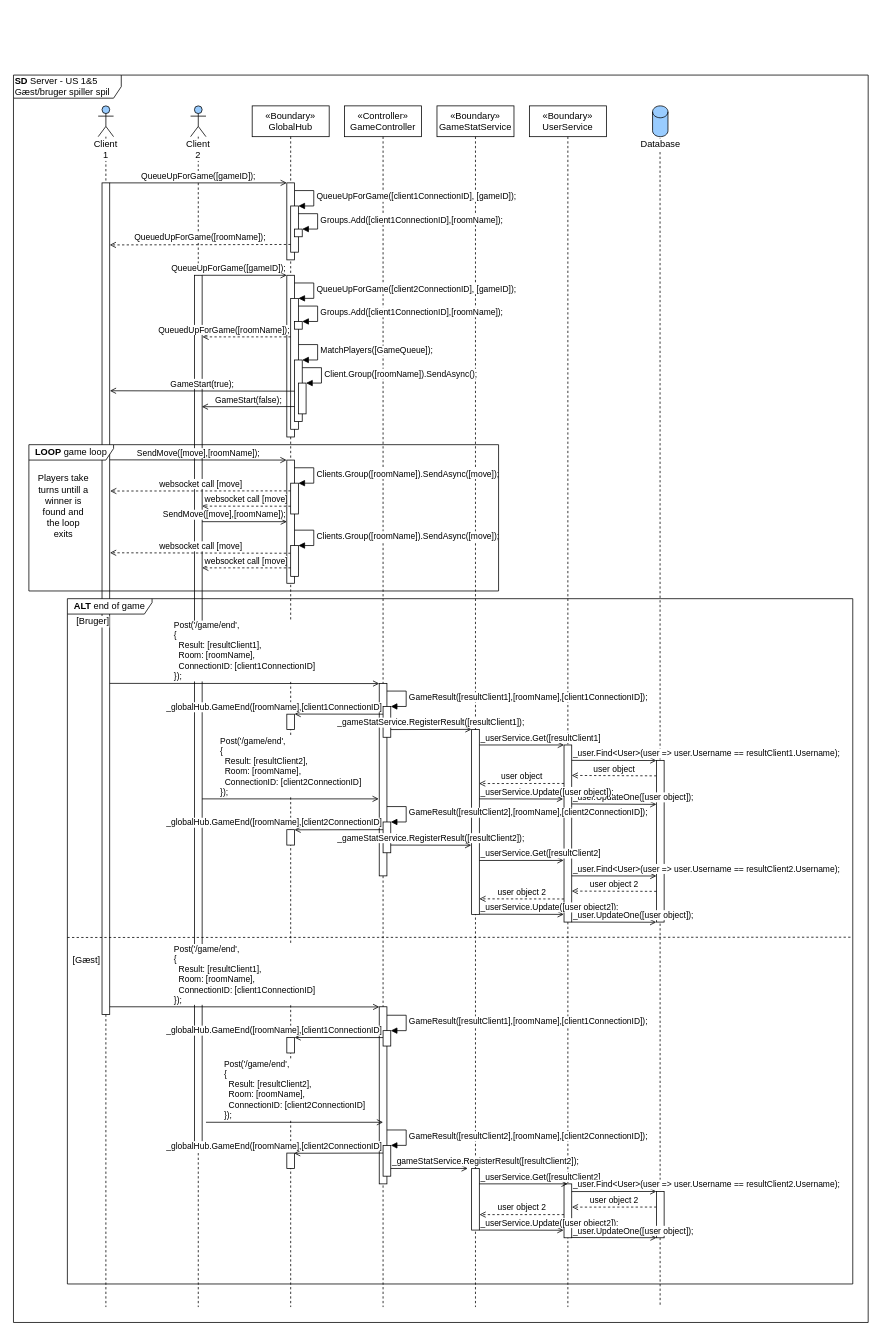
This is page "SD-Server" (2 of 4) of diagrams/arkitektur/US1&5_spil.drawio from Macradon/I7BAC-PlugNPlay, a draw.io file, before an edit. Source tidied: cells renumbered, new cells numbered last; positions are measured from the earlier drawing's top-left corner, leaving out a move shared by most shapes. Both pictures are drawn from the tidied source at 77%, with x=0, y=0 at pixel (13, 75).
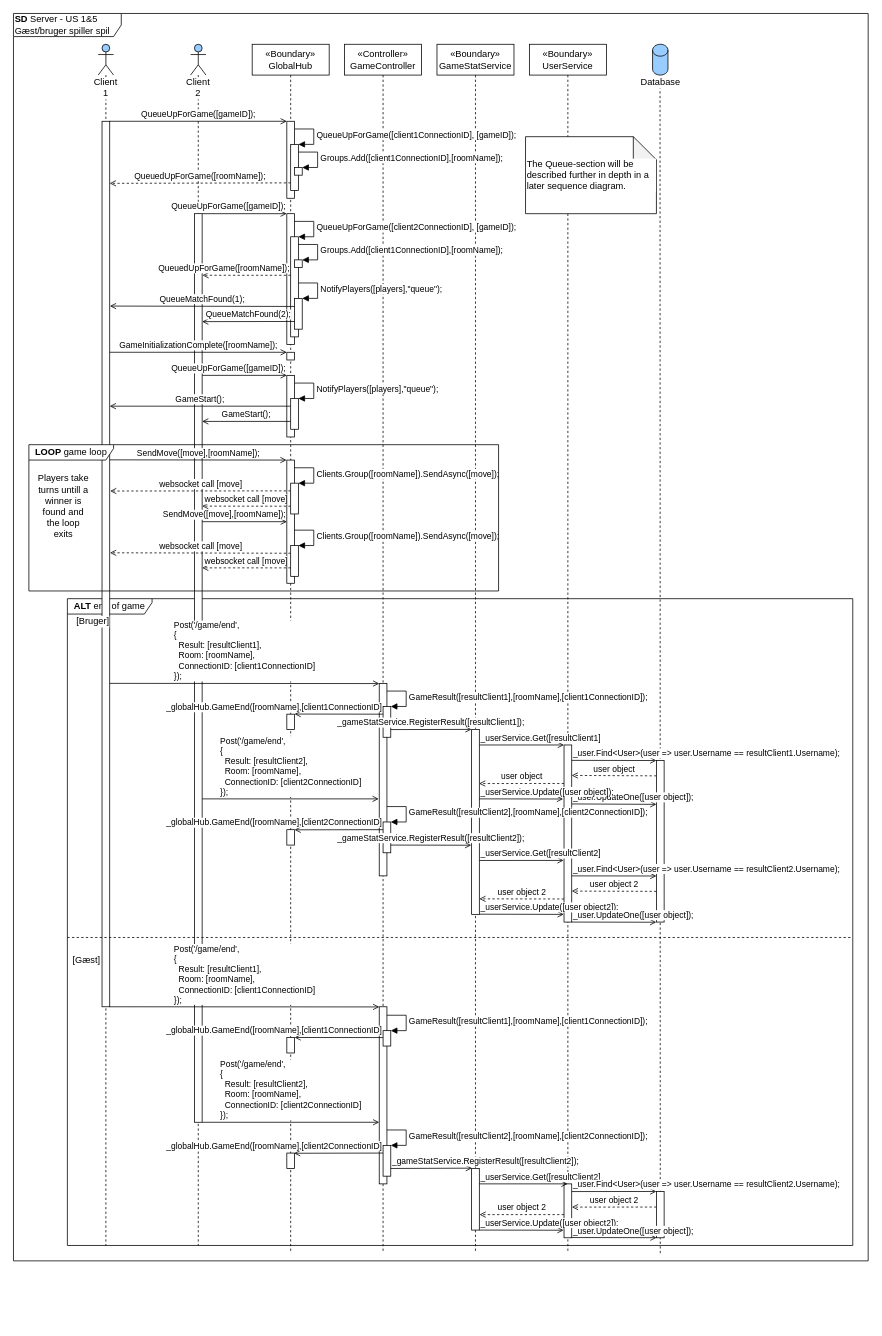
The same page after the edit.

Commit message (it also covers changes not shown here):
Sequence Diagram Userstory 1&5 - missing Class Diagram

Unchanged cells that the change refers to:
```xml
<mxCell id="90" style="html=1;points=[];perimeter=orthogonalPerimeter;align=left;" parent="1" vertex="1">
  <mxGeometry x="595" y="1420" width="10" height="80" as="geometry" />
</mxCell>
```

Diff of the diagram source:
```diff
@@
+    <mxCell id="99" value="&lt;b&gt;SD&lt;/b&gt; Server - US 1&amp;amp;5&lt;br&gt;Gæst/bruger spiller spil" style="shape=umlFrame;whiteSpace=wrap;html=1;width=140;height=30;align=left;" parent="1" vertex="1">
+      <mxGeometry y="-80" width="1110" height="1620" as="geometry" />
+    </mxCell>
+    <mxCell id="68" value="&lt;b&gt;ALT&lt;/b&gt;&amp;nbsp;end of game" style="shape=umlFrame;whiteSpace=wrap;html=1;width=110;height=20;" parent="1" vertex="1">
+      <mxGeometry x="70" y="680" width="1020" height="840" as="geometry" />
+    </mxCell>
     <mxCell id="2" value="«Boundary»&lt;br&gt;UserService" style="shape=umlLifeline;perimeter=lifelinePerimeter;whiteSpace=wrap;html=1;labelBackgroundColor=#ffffff;fillColor=#FFFFFF;" parent="1" vertex="1">
-      <mxGeometry x="670" y="40" width="100" height="1560" as="geometry" />
+      <mxGeometry x="670" y="-40" width="100" height="1570" as="geometry" />
     </mxCell>
     <mxCell id="3" style="html=1;points=[];perimeter=orthogonalPerimeter;align=left;" parent="2" vertex="1">
-      <mxGeometry x="45" y="830" width="10" height="230" as="geometry" />
+      <mxGeometry x="45" y="910" width="10" height="230" as="geometry" />
     </mxCell>
     <mxCell id="4" value="«Boundary»&lt;br&gt;GlobalHub" style="shape=umlLifeline;perimeter=lifelinePerimeter;whiteSpace=wrap;html=1;labelBackgroundColor=#ffffff;fillColor=#FFFFFF;" parent="1" vertex="1">
-      <mxGeometry x="310" y="40" width="100" height="1560" as="geometry" />
+      <mxGeometry x="310" y="-40" width="100" height="1570" as="geometry" />
     </mxCell>
@@
     <mxCell id="6" style="html=1;perimeter=orthogonalPerimeter;align=left;" parent="1" vertex="1">
-      <mxGeometry x="355" y="260" width="10" height="210" as="geometry" />
+      <mxGeometry x="355" y="180" width="10" height="170" as="geometry" />
     </mxCell>
     <mxCell id="7" value="Client 1" style="shape=umlLifeline;participant=umlActor;perimeter=lifelinePerimeter;whiteSpace=wrap;html=1;verticalAlign=top;spacingTop=36;fillColor=#99CCFF;labelBackgroundColor=#ffffff;" parent="1" vertex="1">
-      <mxGeometry x="110" y="40" width="20" height="1560" as="geometry" />
+      <mxGeometry x="110" y="-40" width="20" height="1560" as="geometry" />
     </mxCell>
     <mxCell id="8" value="Client 2" style="shape=umlLifeline;participant=umlActor;perimeter=lifelinePerimeter;whiteSpace=wrap;html=1;verticalAlign=top;spacingTop=36;fillColor=#99CCFF;labelBackgroundColor=#ffffff;" parent="1" vertex="1">
-      <mxGeometry x="230" y="40" width="20" height="1560" as="geometry" />
+      <mxGeometry x="230" y="-40" width="20" height="1560" as="geometry" />
     </mxCell>
     <mxCell id="9" value="«Controller»&lt;br&gt;GameController" style="shape=umlLifeline;perimeter=lifelinePerimeter;whiteSpace=wrap;html=1;labelBackgroundColor=#ffffff;fillColor=#FFFFFF;" parent="1" vertex="1">
-      <mxGeometry x="430" y="40" width="100" height="1560" as="geometry" />
+      <mxGeometry x="430" y="-40" width="100" height="1570" as="geometry" />
     </mxCell>
     <mxCell id="10" value="«Boundary»&lt;br&gt;GameStatService" style="shape=umlLifeline;perimeter=lifelinePerimeter;whiteSpace=wrap;html=1;labelBackgroundColor=#ffffff;fillColor=#FFFFFF;" parent="1" vertex="1">
-      <mxGeometry x="550" y="40" width="100" height="1560" as="geometry" />
+      <mxGeometry x="550" y="-40" width="100" height="1570" as="geometry" />
     </mxCell>
     <mxCell id="11" style="html=1;points=[];perimeter=orthogonalPerimeter;align=left;" parent="10" vertex="1">
-      <mxGeometry x="45" y="810" width="10" height="240" as="geometry" />
+      <mxGeometry x="45" y="890" width="10" height="240" as="geometry" />
     </mxCell>
     <mxCell id="12" style="shape=cylinder3;whiteSpace=wrap;html=1;boundedLbl=1;backgroundOutline=1;size=7.724137931034477;labelBackgroundColor=#ffffff;strokeColor=#000000;fillColor=#99CCFF;fontColor=#000000;" parent="1" vertex="1">
-      <mxGeometry x="830" y="40" width="20" height="40" as="geometry" />
+      <mxGeometry x="830" y="-40" width="20" height="40" as="geometry" />
     </mxCell>
     <mxCell id="13" style="endArrow=none;dashed=1;html=1;" parent="1" edge="1">
       <mxGeometry relative="1" as="geometry">
-        <mxPoint x="839.8" y="1597" as="sourcePoint" />
-        <mxPoint x="839.7" y="80" as="targetPoint" />
+        <mxPoint x="840" y="1530" as="sourcePoint" />
+        <mxPoint x="839.7" as="targetPoint" />
       </mxGeometry>
     </mxCell>
     <mxCell id="14" value="Database" style="text;html=1;align=center;verticalAlign=middle;labelBackgroundColor=#ffffff;" parent="1" vertex="1">
-      <mxGeometry x="805" y="80" width="70" height="20" as="geometry" />
+      <mxGeometry x="805" width="70" height="20" as="geometry" />
     </mxCell>
     <mxCell id="15" value="QueueUpForGame([gameID]);" style="html=1;verticalAlign=bottom;endArrow=open;endFill=0;" parent="1" edge="1" target="24">
       <mxGeometry relative="1" as="geometry">
-        <mxPoint x="125" y="140" as="sourcePoint" />
+        <mxPoint x="125" y="60" as="sourcePoint" />
       </mxGeometry>
     </mxCell>
     <mxCell id="16" value="QueueUpForGame([client1ConnectionID], [gameID]);" style="edgeStyle=orthogonalEdgeStyle;html=1;align=left;spacingLeft=2;endArrow=block;rounded=0;entryX=1;entryY=0;" parent="1" edge="1" target="30">
       <mxGeometry relative="1" as="geometry">
-        <mxPoint x="365" y="150" as="sourcePoint" />
+        <mxPoint x="365" y="70" as="sourcePoint" />
         <Array as="points">
-          <mxPoint x="390" y="150" />
+          <mxPoint x="390" y="70" />
         </Array>
       </mxGeometry>
     </mxCell>
     <mxCell id="17" value="QueueUpForGame([client2ConnectionID], [gameID]);" style="edgeStyle=orthogonalEdgeStyle;html=1;align=left;spacingLeft=2;endArrow=block;rounded=0;entryX=1;entryY=0;" parent="1" edge="1" target="33">
       <mxGeometry relative="1" as="geometry">
-        <mxPoint x="365" y="270" as="sourcePoint" />
+        <mxPoint x="365" y="190" as="sourcePoint" />
         <Array as="points">
-          <mxPoint x="390" y="270" />
+          <mxPoint x="390" y="190" />
         </Array>
       </mxGeometry>
     </mxCell>
-    <mxCell id="18" value="MatchPlayers([GameQueue]);" style="edgeStyle=orthogonalEdgeStyle;html=1;align=left;spacingLeft=2;endArrow=block;rounded=0;entryX=1;entryY=0;" parent="1" edge="1" target="34">
+    <mxCell id="18" value="NotifyPlayers([players],&quot;queue&quot;);" style="edgeStyle=orthogonalEdgeStyle;html=1;align=left;spacingLeft=2;endArrow=block;rounded=0;entryX=1;entryY=0;" parent="1" edge="1" target="34">
       <mxGeometry relative="1" as="geometry">
-        <mxPoint x="370" y="350" as="sourcePoint" />
+        <mxPoint x="370" y="270" as="sourcePoint" />
         <Array as="points">
-          <mxPoint x="395" y="350" />
+          <mxPoint x="395" y="270" />
         </Array>
       </mxGeometry>
     </mxCell>
@@
     <mxCell id="22" style="html=1;perimeter=orthogonalPerimeter;align=left;" parent="1" vertex="1">
-      <mxGeometry x="115" y="140" width="10" height="1080" as="geometry" />
+      <mxGeometry x="115" y="60" width="10" height="1150" as="geometry" />
     </mxCell>
     <mxCell id="23" style="html=1;points=[];perimeter=orthogonalPerimeter;align=left;" parent="1" vertex="1">
-      <mxGeometry x="235" y="260" width="10" height="1130" as="geometry" />
+      <mxGeometry x="235" y="180" width="10" height="1180" as="geometry" />
     </mxCell>
     <mxCell id="24" style="html=1;points=[];perimeter=orthogonalPerimeter;align=left;" parent="1" vertex="1">
-      <mxGeometry x="355" y="140" width="10" height="100" as="geometry" />
+      <mxGeometry x="355" y="60" width="10" height="100" as="geometry" />
     </mxCell>
@@
     <mxCell id="30" style="html=1;points=[];perimeter=orthogonalPerimeter;" parent="1" vertex="1">
-      <mxGeometry x="360" y="170" width="10" height="60" as="geometry" />
+      <mxGeometry x="360" y="90" width="10" height="60" as="geometry" />
     </mxCell>
     <mxCell id="31" value="QueuedUpForGame([roomName]);" style="html=1;verticalAlign=bottom;endArrow=open;endFill=0;dashed=1;entryX=0.997;entryY=0.041;entryDx=0;entryDy=0;entryPerimeter=0;" parent="1" edge="1">
       <mxGeometry relative="1" as="geometry">
-        <mxPoint x="360" y="220" as="sourcePoint" />
-        <mxPoint x="125" y="220.6" as="targetPoint" />
+        <mxPoint x="360" y="140" as="sourcePoint" />
+        <mxPoint x="125" y="140.6" as="targetPoint" />
       </mxGeometry>
     </mxCell>
     <mxCell id="32" value="QueueUpForGame([gameID]);" style="html=1;verticalAlign=bottom;endArrow=open;endFill=0;entryX=-0.009;entryY=0.15;entryDx=0;entryDy=0;entryPerimeter=0;align=right;" parent="1" edge="1">
       <mxGeometry x="1" relative="1" as="geometry">
-        <mxPoint x="245" y="260" as="sourcePoint" />
-        <mxPoint x="354.9" y="260" as="targetPoint" />
+        <mxPoint x="245" y="180" as="sourcePoint" />
+        <mxPoint x="354.9" y="180" as="targetPoint" />
       </mxGeometry>
     </mxCell>
     <mxCell id="33" style="html=1;points=[];perimeter=orthogonalPerimeter;" parent="1" vertex="1">
-      <mxGeometry x="360" y="290" width="10" height="170" as="geometry" />
+      <mxGeometry x="360" y="210" width="10" height="130" as="geometry" />
     </mxCell>
     <mxCell id="34" style="html=1;points=[];perimeter=orthogonalPerimeter;" parent="1" vertex="1">
-      <mxGeometry x="365" y="370" width="10" height="80" as="geometry" />
+      <mxGeometry x="365" y="290" width="10" height="40" as="geometry" />
     </mxCell>
-    <mxCell id="35" value="GameStart(false);" style="html=1;verticalAlign=bottom;endArrow=open;endFill=0;entryX=0.958;entryY=0.102;entryDx=0;entryDy=0;entryPerimeter=0;" parent="1" edge="1">
+    <mxCell id="35" value="QueueMatchFound(2);" style="html=1;verticalAlign=bottom;endArrow=open;endFill=0;entryX=0.958;entryY=0.102;entryDx=0;entryDy=0;entryPerimeter=0;" parent="1" edge="1">
       <mxGeometry relative="1" as="geometry">
-        <mxPoint x="365" y="430.5" as="sourcePoint" />
-        <mxPoint x="244.6" y="430.7" as="targetPoint" />
+        <mxPoint x="365.4" y="320" as="sourcePoint" />
+        <mxPoint x="245" y="320.2" as="targetPoint" />
       </mxGeometry>
     </mxCell>
     <mxCell id="36" value="QueuedUpForGame([roomName]);" style="html=1;verticalAlign=bottom;endArrow=open;endFill=0;dashed=1;entryX=1.038;entryY=0.037;entryDx=0;entryDy=0;entryPerimeter=0;align=right;" parent="1" edge="1">
       <mxGeometry x="-1" relative="1" as="geometry">
-        <mxPoint x="360" y="340" as="sourcePoint" />
-        <mxPoint x="245.4" y="340" as="targetPoint" />
+        <mxPoint x="360" y="260" as="sourcePoint" />
+        <mxPoint x="245.4" y="260" as="targetPoint" />
       </mxGeometry>
     </mxCell>
-    <mxCell id="37" value="GameStart(true);" style="html=1;verticalAlign=bottom;endArrow=open;endFill=0;entryX=1.017;entryY=0.151;entryDx=0;entryDy=0;entryPerimeter=0;" parent="1" edge="1">
+    <mxCell id="37" value="QueueMatchFound(1);" style="html=1;verticalAlign=bottom;endArrow=open;endFill=0;entryX=1.017;entryY=0.151;entryDx=0;entryDy=0;entryPerimeter=0;" parent="1" edge="1">
       <mxGeometry relative="1" as="geometry">
-        <mxPoint x="365" y="410.5" as="sourcePoint" />
-        <mxPoint x="125.2" y="410" as="targetPoint" />
+        <mxPoint x="365" y="300.5" as="sourcePoint" />
+        <mxPoint x="125.2" y="300" as="targetPoint" />
       </mxGeometry>
     </mxCell>
@@
-    <mxCell id="60" style="endArrow=none;dashed=1;html=1;entryX=1;entryY=0.494;entryDx=0;entryDy=0;entryPerimeter=0;" parent="1" edge="1" target="68">
+    <mxCell id="60" style="endArrow=none;dashed=1;html=1;" parent="1" edge="1">
       <mxGeometry relative="1" as="geometry">
         <mxPoint x="70" y="1120" as="sourcePoint" />
+        <mxPoint x="1090" y="1120" as="targetPoint" />
       </mxGeometry>
     </mxCell>
     <mxCell id="61" style="html=1;points=[];perimeter=orthogonalPerimeter;" parent="1" vertex="1">
-      <mxGeometry x="365" y="200" width="10" height="10" as="geometry" />
+      <mxGeometry x="365" y="120" width="10" height="10" as="geometry" />
     </mxCell>
     <mxCell id="62" value="Groups.Add([client1ConnectionID],[roomName]);" style="edgeStyle=orthogonalEdgeStyle;html=1;align=left;spacingLeft=2;endArrow=block;rounded=0;entryX=1;entryY=0;" parent="1" edge="1" target="61">
       <mxGeometry relative="1" as="geometry">
-        <mxPoint x="370" y="180" as="sourcePoint" />
+        <mxPoint x="370" y="100" as="sourcePoint" />
         <Array as="points">
-          <mxPoint x="395" y="180" />
+          <mxPoint x="395" y="100" />
         </Array>
       </mxGeometry>
     </mxCell>
     <mxCell id="63" style="html=1;points=[];perimeter=orthogonalPerimeter;" parent="1" vertex="1">
-      <mxGeometry x="365" y="320" width="10" height="10" as="geometry" />
+      <mxGeometry x="365" y="240" width="10" height="10" as="geometry" />
     </mxCell>
     <mxCell id="64" value="Groups.Add([client1ConnectionID],[roomName]);" style="edgeStyle=orthogonalEdgeStyle;html=1;align=left;spacingLeft=2;endArrow=block;rounded=0;entryX=1;entryY=0;" parent="1" edge="1" target="63">
       <mxGeometry relative="1" as="geometry">
-        <mxPoint x="370" y="300" as="sourcePoint" />
+        <mxPoint x="370" y="220" as="sourcePoint" />
         <Array as="points">
-          <mxPoint x="395" y="300" />
+          <mxPoint x="395" y="220" />
         </Array>
       </mxGeometry>
     </mxCell>
-    <mxCell id="65" style="html=1;points=[];perimeter=orthogonalPerimeter;" parent="1" vertex="1">
-      <mxGeometry x="370" y="400" width="10" height="40" as="geometry" />
-    </mxCell>
-    <mxCell id="66" value="Client.Group([roomName]).SendAsync();" style="edgeStyle=orthogonalEdgeStyle;html=1;align=left;spacingLeft=2;endArrow=block;rounded=0;entryX=1;entryY=0;" parent="1" edge="1" target="65">
-      <mxGeometry relative="1" as="geometry">
-        <mxPoint x="375" y="380" as="sourcePoint" />
-        <Array as="points">
-          <mxPoint x="400" y="380" />
-        </Array>
-      </mxGeometry>
-    </mxCell>
@@
-    <mxCell id="68" value="&lt;b&gt;ALT&lt;/b&gt;&amp;nbsp;end of game" style="shape=umlFrame;whiteSpace=wrap;html=1;width=110;height=20;" parent="1" vertex="1">
-      <mxGeometry x="70" y="680" width="1020" height="890" as="geometry" />
-    </mxCell>
@@
     <mxCell id="84" value="&lt;div style=&quot;text-align: left&quot;&gt;Post('/game/end',&lt;/div&gt;&lt;div style=&quot;text-align: left&quot;&gt;{&lt;/div&gt;&lt;div style=&quot;text-align: left&quot;&gt;&amp;nbsp; Result: [resultClient2],&lt;br&gt;&amp;nbsp; Room: [roomName],&lt;br&gt;&amp;nbsp; ConnectionID: [client2ConnectionID]&lt;br&gt;});&lt;/div&gt;" style="html=1;verticalAlign=bottom;endArrow=open;endFill=0;" parent="1" edge="1">
       <mxGeometry relative="1" as="geometry">
-        <mxPoint x="250" y="1360" as="sourcePoint" />
-        <mxPoint x="480" y="1360" as="targetPoint" />
+        <mxPoint x="245" y="1360" as="sourcePoint" />
+        <mxPoint x="475" y="1360" as="targetPoint" />
       </mxGeometry>
     </mxCell>
@@
-    <mxCell id="89" value="_gameStatService.RegisterResult([&lt;span style=&quot;&quot;&gt;resultClient2&lt;/span&gt;]);" style="html=1;verticalAlign=bottom;endArrow=open;endFill=0;align=left;" parent="1" edge="1">
+    <mxCell id="89" value="_gameStatService.RegisterResult([&lt;span style=&quot;&quot;&gt;resultClient2&lt;/span&gt;]);" style="html=1;verticalAlign=bottom;endArrow=open;endFill=0;align=left;entryX=0.048;entryY=-0.005;entryDx=0;entryDy=0;entryPerimeter=0;" parent="1" edge="1" target="90">
       <mxGeometry x="-1" relative="1" as="geometry">
         <mxPoint x="490" y="1420" as="sourcePoint" />
-        <mxPoint x="590" y="1420" as="targetPoint" />
       </mxGeometry>
     </mxCell>
@@
-    <mxCell id="99" value="&lt;b&gt;SD&lt;/b&gt; Server - US 1&amp;amp;5&lt;br&gt;Gæst/bruger spiller spil" style="shape=umlFrame;whiteSpace=wrap;html=1;width=140;height=30;align=left;" parent="1" vertex="1">
-      <mxGeometry width="1110" height="1620" as="geometry" />
-    </mxCell>
+    <mxCell id="100" value="The Queue-section will be described further in depth in a later sequence diagram." style="shape=note;whiteSpace=wrap;html=1;backgroundOutline=1;darkOpacity=0.05;labelBackgroundColor=#ffffff;align=left;" parent="1" vertex="1">
+      <mxGeometry x="665" y="80" width="170" height="100" as="geometry" />
+    </mxCell>
+    <mxCell id="101" value="GameInitializationComplete([roomName]);" style="html=1;verticalAlign=bottom;endArrow=open;endFill=0;" parent="1" edge="1">
+      <mxGeometry relative="1" as="geometry">
+        <mxPoint x="125" y="360" as="sourcePoint" />
+        <mxPoint x="355" y="360" as="targetPoint" />
+      </mxGeometry>
+    </mxCell>
+    <mxCell id="102" style="html=1;perimeter=orthogonalPerimeter;" parent="1" vertex="1">
+      <mxGeometry x="355" y="360" width="10" height="10" as="geometry" />
+    </mxCell>
+    <mxCell id="103" value="QueueUpForGame([gameID]);" style="html=1;verticalAlign=bottom;endArrow=open;endFill=0;entryX=-0.009;entryY=0.15;entryDx=0;entryDy=0;entryPerimeter=0;align=right;" parent="1" edge="1">
+      <mxGeometry x="1" relative="1" as="geometry">
+        <mxPoint x="245.1" y="390" as="sourcePoint" />
+        <mxPoint x="355" y="390" as="targetPoint" />
+      </mxGeometry>
+    </mxCell>
+    <mxCell id="104" style="html=1;perimeter=orthogonalPerimeter;" parent="1" vertex="1">
+      <mxGeometry x="355" y="390" width="10" height="80" as="geometry" />
+    </mxCell>
+    <mxCell id="105" value="NotifyPlayers([players],&quot;queue&quot;);" style="edgeStyle=orthogonalEdgeStyle;html=1;align=left;spacingLeft=2;endArrow=block;rounded=0;entryX=1;entryY=0;" parent="1" edge="1" target="106">
+      <mxGeometry relative="1" as="geometry">
+        <mxPoint x="365" y="400" as="sourcePoint" />
+        <Array as="points">
+          <mxPoint x="390" y="400" />
+        </Array>
+      </mxGeometry>
+    </mxCell>
+    <mxCell id="106" style="html=1;points=[];perimeter=orthogonalPerimeter;" parent="1" vertex="1">
+      <mxGeometry x="360" y="420" width="10" height="40" as="geometry" />
+    </mxCell>
+    <mxCell id="107" value="GameStart();" style="html=1;verticalAlign=bottom;endArrow=open;endFill=0;entryX=1.017;entryY=0.151;entryDx=0;entryDy=0;entryPerimeter=0;" parent="1" edge="1">
+      <mxGeometry relative="1" as="geometry">
+        <mxPoint x="360" y="430" as="sourcePoint" />
+        <mxPoint x="125" y="430" as="targetPoint" />
+      </mxGeometry>
+    </mxCell>
+    <mxCell id="108" value="GameStart();" style="html=1;verticalAlign=bottom;endArrow=open;endFill=0;" parent="1" edge="1" target="23">
+      <mxGeometry relative="1" as="geometry">
+        <mxPoint x="360" y="449.8" as="sourcePoint" />
+      </mxGeometry>
+    </mxCell>
```
